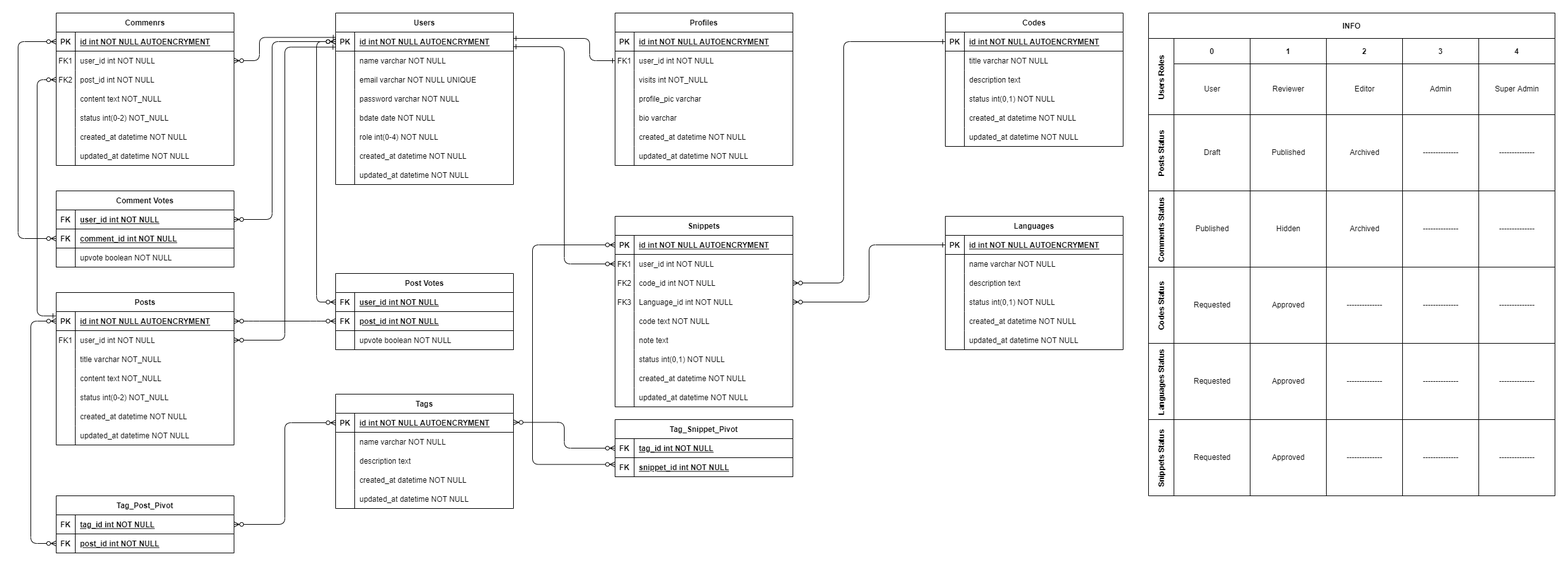
Before: Discussion Files/ERD Diagram/Final ERD.png, a diagram exported from draw.io (Mahmoud217TR/grad-project). Source tidied: cells renumbered, new cells last; positions are measured from the earlier drawing's top-left corner, leaving out a move shared by most shapes.
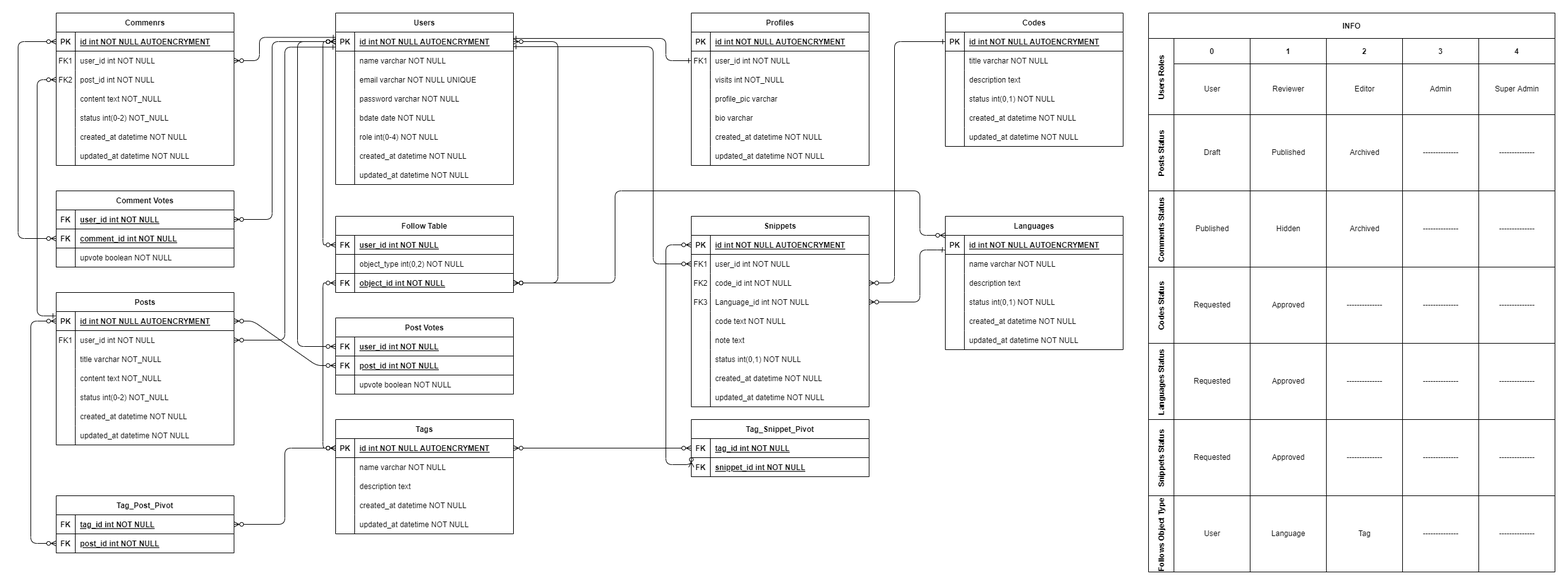
Later version of the same file.

What changed in the source:
```diff
@@ -3,10 +3,15 @@
     <mxCell id="0" />
     <mxCell id="1" parent="0" />
     <mxCell id="2" style="edgeStyle=orthogonalEdgeStyle;endArrow=ERzeroToMany;startArrow=ERone;endFill=1;startFill=0;exitX=1;exitY=0.765;exitDx=0;exitDy=0;exitPerimeter=0;" parent="1" edge="1" source="51" target="7">
-      <mxGeometry relative="1" as="geometry" />
+      <mxGeometry relative="1" as="geometry">
+        <Array as="points">
+          <mxPoint x="1000" y="53" />
+          <mxPoint x="1000" y="395" />
+        </Array>
+      </mxGeometry>
     </mxCell>
     <mxCell id="3" value="Snippets" style="shape=table;startSize=30;rowLines=0;fontStyle=1;align=center;" parent="1" vertex="1">
-      <mxGeometry x="940" y="320" width="280" height="300" as="geometry" />
+      <mxGeometry x="1060" y="320" width="280" height="300" as="geometry" />
     </mxCell>
     <mxCell id="4" style="shape=partialRectangle;fillColor=none;points=[[0,0.5],[1,0.5]];portConstraint=eastwest;top=0;left=0;right=0;bottom=1;" parent="3" vertex="1">
       <mxGeometry y="30" width="280" height="30" as="geometry" />
@@ -224,8 +229,8 @@
     <mxCell id="75" style="edgeStyle=orthogonalEdgeStyle;endArrow=ERone;startArrow=ERzeroToMany;endFill=0;startFill=0;exitX=1;exitY=0.5;exitDx=0;exitDy=0;entryX=0;entryY=0.5;entryDx=0;entryDy=0;" parent="1" edge="1" source="10" target="32">
       <mxGeometry relative="1" as="geometry">
         <Array as="points">
-          <mxPoint x="1300" y="425" />
-          <mxPoint x="1300" y="45" />
+          <mxPoint x="1380" y="425" />
+          <mxPoint x="1380" y="45" />
         </Array>
       </mxGeometry>
     </mxCell>
@@ -286,11 +291,17 @@
     <mxCell id="94" value="updated_at datetime NOT NULL" style="shape=partialRectangle;overflow=hidden;fillColor=none;top=0;left=0;bottom=0;right=0;align=left;spacingLeft=6;" parent="92" vertex="1">
       <mxGeometry x="30" width="250" height="30" as="geometry" />
     </mxCell>
-    <mxCell id="95" style="edgeStyle=orthogonalEdgeStyle;endArrow=ERone;startArrow=ERzeroToMany;endFill=0;startFill=0;entryX=0;entryY=0.5;entryDx=0;entryDy=0;exitX=1;exitY=0.5;exitDx=0;exitDy=0;" parent="1" edge="1" source="13" target="77">
-      <mxGeometry relative="1" as="geometry" />
+    <mxCell id="95" style="edgeStyle=orthogonalEdgeStyle;endArrow=ERone;startArrow=ERzeroToMany;endFill=0;startFill=0;entryX=-0.003;entryY=0.775;entryDx=0;entryDy=0;exitX=1;exitY=0.5;exitDx=0;exitDy=0;entryPerimeter=0;" parent="1" edge="1" source="13" target="77">
+      <mxGeometry relative="1" as="geometry">
+        <Array as="points">
+          <mxPoint x="1420" y="455" />
+          <mxPoint x="1420" y="373" />
+          <mxPoint x="1457" y="373" />
+        </Array>
+      </mxGeometry>
     </mxCell>
     <mxCell id="96" value="Profiles" style="shape=table;startSize=30;rowLines=0;fontStyle=1;align=center;" parent="1" vertex="1">
-      <mxGeometry x="940" width="280" height="240" as="geometry" />
+      <mxGeometry x="1060" width="280" height="240" as="geometry" />
     </mxCell>
     <mxCell id="97" style="shape=partialRectangle;fillColor=none;top=0;left=0;right=0;bottom=1;" parent="96" vertex="1">
       <mxGeometry y="30" width="280" height="30" as="geometry" />
@@ -359,7 +370,8 @@
       <mxGeometry relative="1" as="geometry">
         <mxPoint x="780" y="40" as="sourcePoint" />
         <Array as="points">
-          <mxPoint x="900" y="40" />
+          <mxPoint x="1020" y="40" />
+          <mxPoint x="1020" y="75" />
         </Array>
       </mxGeometry>
     </mxCell>
@@ -515,7 +527,7 @@
       </mxGeometry>
     </mxCell>
     <mxCell id="166" value="Tags" style="shape=table;startSize=30;rowLines=0;fontStyle=1;align=center;" parent="1" vertex="1">
-      <mxGeometry x="500" y="600" width="280" height="180" as="geometry" />
+      <mxGeometry x="500" y="640" width="280" height="180" as="geometry" />
     </mxCell>
     <mxCell id="167" style="shape=partialRectangle;fillColor=none;points=[[0,0.5],[1,0.5]];portConstraint=eastwest;top=0;left=0;right=0;bottom=1;" parent="166" vertex="1">
       <mxGeometry y="30" width="280" height="30" as="geometry" />
@@ -563,7 +575,7 @@
       <mxGeometry x="30" width="250" height="30" as="geometry" />
     </mxCell>
     <mxCell id="182" value="INFO" style="shape=table;startSize=40;fontStyle=1;fontFamily=Helvetica;fontSize=12;fontColor=default;strokeColor=default;fillColor=none;" parent="1" vertex="1">
-      <mxGeometry x="1780" width="640" height="760" as="geometry" />
+      <mxGeometry x="1780" width="640" height="880" as="geometry" />
     </mxCell>
     <mxCell id="183" value="Users Roles" style="shape=tableRow;horizontal=0;startSize=40;swimlaneHead=0;swimlaneBody=0;top=0;left=0;bottom=0;right=0;fillColor=none;fontStyle=1;fontFamily=Helvetica;fontSize=12;fontColor=default;strokeColor=default;" parent="182" vertex="1">
       <mxGeometry y="40" width="640" height="120" as="geometry" />
@@ -763,6 +775,39 @@
     <mxCell id="248" style="swimlane;swimlaneHead=0;swimlaneBody=0;fontStyle=0;fillColor=none;startSize=0;fontStyle=1;fontFamily=Helvetica;fontSize=12;fontColor=default;strokeColor=default;" parent="238" vertex="1">
       <mxGeometry x="520" width="120" height="120" as="geometry" />
     </mxCell>
+    <mxCell id="291" value="Follows Object Type" style="shape=tableRow;horizontal=0;startSize=40;swimlaneHead=0;swimlaneBody=0;top=0;left=0;bottom=0;right=0;fillColor=none;fontStyle=1;fontFamily=Helvetica;fontSize=12;fontColor=default;strokeColor=default;" parent="182" vertex="1">
+      <mxGeometry y="760" width="640" height="120" as="geometry" />
+    </mxCell>
+    <mxCell id="292" style="swimlane;swimlaneHead=0;swimlaneBody=0;fontStyle=0;fillColor=none;startSize=0;fontStyle=1;fontFamily=Helvetica;fontSize=12;fontColor=default;strokeColor=default;" parent="291" vertex="1">
+      <mxGeometry x="40" width="120" height="120" as="geometry" />
+    </mxCell>
+    <mxCell id="293" style="swimlane;swimlaneHead=0;swimlaneBody=0;fontStyle=0;fillColor=none;startSize=0;fontStyle=1;fontFamily=Helvetica;fontSize=12;fontColor=default;strokeColor=default;" parent="291" vertex="1">
+      <mxGeometry x="160" width="120" height="120" as="geometry" />
+    </mxCell>
+    <mxCell id="294" value="User" style="text;html=1;align=center;verticalAlign=middle;strokeColor=none;fillColor=none;fontSize=12;fontFamily=Helvetica;fontColor=default;" parent="293" vertex="1">
+      <mxGeometry x="-80" y="50" width="40" height="20" as="geometry" />
+    </mxCell>
+    <mxCell id="295" value="Language" style="text;html=1;align=center;verticalAlign=middle;strokeColor=none;fillColor=none;fontSize=12;fontFamily=Helvetica;fontColor=default;" parent="293" vertex="1">
+      <mxGeometry x="25" y="50" width="70" height="20" as="geometry" />
+    </mxCell>
+    <mxCell id="296" value="Tag" style="text;html=1;align=center;verticalAlign=middle;strokeColor=none;fillColor=none;fontSize=12;fontFamily=Helvetica;fontColor=default;" parent="293" vertex="1">
+      <mxGeometry x="165" y="50" width="30" height="20" as="geometry" />
+    </mxCell>
+    <mxCell id="297" value="--------------" style="text;html=1;align=center;verticalAlign=middle;strokeColor=none;fillColor=none;fontSize=12;fontFamily=Helvetica;fontColor=default;" parent="293" vertex="1">
+      <mxGeometry x="265" y="50" width="70" height="20" as="geometry" />
+    </mxCell>
+    <mxCell id="298" value="--------------" style="text;html=1;align=center;verticalAlign=middle;strokeColor=none;fillColor=none;fontSize=12;fontFamily=Helvetica;fontColor=default;" parent="293" vertex="1">
+      <mxGeometry x="385" y="50" width="70" height="20" as="geometry" />
+    </mxCell>
+    <mxCell id="299" style="swimlane;swimlaneHead=0;swimlaneBody=0;fontStyle=0;fillColor=none;startSize=0;fontStyle=1;fontFamily=Helvetica;fontSize=12;fontColor=default;strokeColor=default;" parent="291" vertex="1">
+      <mxGeometry x="280" width="120" height="120" as="geometry" />
+    </mxCell>
+    <mxCell id="300" style="swimlane;swimlaneHead=0;swimlaneBody=0;fontStyle=0;fillColor=none;startSize=0;fontStyle=1;fontFamily=Helvetica;fontSize=12;fontColor=default;strokeColor=default;" parent="291" vertex="1">
+      <mxGeometry x="400" width="120" height="120" as="geometry" />
+    </mxCell>
+    <mxCell id="301" style="swimlane;swimlaneHead=0;swimlaneBody=0;fontStyle=0;fillColor=none;startSize=0;fontStyle=1;fontFamily=Helvetica;fontSize=12;fontColor=default;strokeColor=default;" parent="291" vertex="1">
+      <mxGeometry x="520" width="120" height="120" as="geometry" />
+    </mxCell>
     <mxCell id="249" value="Tag_Post_Pivot" style="shape=table;startSize=30;rowLines=0;fontStyle=1;align=center;" parent="1" vertex="1">
       <mxGeometry x="60" y="760" width="280" height="90" as="geometry" />
     </mxCell>
@@ -796,7 +841,7 @@
       </mxGeometry>
     </mxCell>
     <mxCell id="258" value="Tag_Snippet_Pivot" style="shape=table;startSize=30;rowLines=0;fontStyle=1;align=center;" parent="1" vertex="1">
-      <mxGeometry x="940" y="640" width="280" height="90" as="geometry" />
+      <mxGeometry x="1060" y="640" width="280" height="90" as="geometry" />
     </mxCell>
     <mxCell id="259" style="shape=partialRectangle;fillColor=none;points=[[0,0.5],[1,0.5]];portConstraint=eastwest;top=0;left=0;right=0;bottom=1;" parent="258" vertex="1">
       <mxGeometry y="30" width="280" height="30" as="geometry" />
@@ -816,26 +861,20 @@
     <mxCell id="264" value="snippet_id int NOT NULL" style="shape=partialRectangle;overflow=hidden;fillColor=none;top=0;left=0;bottom=0;right=0;align=left;spacingLeft=6;fontStyle=5;" parent="262" vertex="1">
       <mxGeometry x="30" width="250" height="30" as="geometry" />
     </mxCell>
-    <mxCell id="265" style="edgeStyle=orthogonalEdgeStyle;rounded=1;jettySize=auto;html=1;entryX=1;entryY=0.5;entryDx=0;entryDy=0;startArrow=ERzeroToMany;startFill=0;endArrow=ERzeroToMany;endFill=0;exitX=0;exitY=0.5;exitDx=0;exitDy=0;" parent="1" edge="1" source="259">
-      <mxGeometry relative="1" as="geometry">
-        <mxPoint x="780" y="644.4" as="targetPoint" />
-        <Array as="points">
-          <mxPoint x="860" y="685" />
-          <mxPoint x="860" y="644" />
-        </Array>
-      </mxGeometry>
+    <mxCell id="265" style="rounded=1;jettySize=auto;html=1;entryX=1;entryY=0.5;entryDx=0;entryDy=0;startArrow=ERzeroToMany;startFill=0;endArrow=ERzeroToMany;endFill=0;exitX=0;exitY=0.5;exitDx=0;exitDy=0;" parent="1" edge="1" source="259" target="167">
+      <mxGeometry relative="1" as="geometry" />
     </mxCell>
-    <mxCell id="266" style="edgeStyle=orthogonalEdgeStyle;rounded=1;jettySize=auto;html=1;entryX=0;entryY=0.5;entryDx=0;entryDy=0;startArrow=ERzeroToMany;startFill=0;endArrow=ERzeroToMany;endFill=0;exitX=0;exitY=0.5;exitDx=0;exitDy=0;" parent="1" edge="1" target="4">
+    <mxCell id="266" style="edgeStyle=orthogonalEdgeStyle;rounded=1;jettySize=auto;html=1;entryX=0;entryY=0.5;entryDx=0;entryDy=0;startArrow=ERzeroToMany;startFill=0;endArrow=ERzeroToMany;endFill=0;exitX=0;exitY=0.5;exitDx=0;exitDy=0;" parent="1" edge="1" source="262" target="4">
       <mxGeometry relative="1" as="geometry">
-        <mxPoint x="940" y="710.6" as="sourcePoint" />
         <Array as="points">
-          <mxPoint x="810" y="711" />
-          <mxPoint x="810" y="365" />
+          <mxPoint x="1060" y="711" />
+          <mxPoint x="1020" y="711" />
+          <mxPoint x="1020" y="365" />
         </Array>
       </mxGeometry>
     </mxCell>
     <mxCell id="267" value="Post Votes" style="shape=table;startSize=30;rowLines=0;fontStyle=1;align=center;" parent="1" vertex="1">
-      <mxGeometry x="500" y="410" width="280" height="120" as="geometry" />
+      <mxGeometry x="500" y="480" width="280" height="120" as="geometry" />
     </mxCell>
     <mxCell id="268" style="shape=partialRectangle;fillColor=none;points=[[0,0.5],[1,0.5]];portConstraint=eastwest;top=0;left=0;right=0;bottom=1;" parent="267" vertex="1">
       <mxGeometry y="30" width="280" height="30" as="geometry" />
@@ -867,11 +906,11 @@
     <mxCell id="277" style="edgeStyle=entityRelationEdgeStyle;rounded=1;jettySize=auto;html=1;exitX=0;exitY=0.5;exitDx=0;exitDy=0;entryX=1;entryY=0.5;entryDx=0;entryDy=0;startArrow=ERzeroToMany;startFill=0;endArrow=ERzeroToMany;endFill=0;" parent="1" edge="1" source="271" target="120">
       <mxGeometry relative="1" as="geometry" />
     </mxCell>
-    <mxCell id="278" style="edgeStyle=orthogonalEdgeStyle;rounded=1;jettySize=auto;html=1;exitX=0;exitY=0.5;exitDx=0;exitDy=0;entryX=0;entryY=0.5;entryDx=0;entryDy=0;startArrow=ERzeroToMany;startFill=0;endArrow=ERzeroToMany;endFill=0;" parent="1" edge="1" source="268" target="51">
+    <mxCell id="278" style="rounded=1;jettySize=auto;html=1;exitX=0;exitY=0.5;exitDx=0;exitDy=0;entryX=0;entryY=0.5;entryDx=0;entryDy=0;startArrow=ERzeroToMany;startFill=0;endArrow=ERzeroToMany;endFill=0;edgeStyle=orthogonalEdgeStyle;" parent="1" edge="1" source="268" target="51">
       <mxGeometry relative="1" as="geometry">
         <Array as="points">
-          <mxPoint x="470" y="455" />
-          <mxPoint x="470" y="45" />
+          <mxPoint x="440" y="525" />
+          <mxPoint x="440" y="45" />
         </Array>
       </mxGeometry>
     </mxCell>
@@ -921,5 +960,59 @@
         </Array>
       </mxGeometry>
     </mxCell>
+    <mxCell id="302" value="Follow Table" style="shape=table;startSize=30;rowLines=0;fontStyle=1;align=center;" parent="1" vertex="1">
+      <mxGeometry x="500" y="320" width="280" height="120" as="geometry" />
+    </mxCell>
+    <mxCell id="303" style="shape=partialRectangle;fillColor=none;points=[[0,0.5],[1,0.5]];portConstraint=eastwest;top=0;left=0;right=0;bottom=1;" parent="302" vertex="1">
+      <mxGeometry y="30" width="280" height="30" as="geometry" />
+    </mxCell>
+    <mxCell id="304" value="FK" style="shape=partialRectangle;overflow=hidden;fillColor=none;top=0;left=0;bottom=0;right=0;fontStyle=1;" parent="303" vertex="1">
+      <mxGeometry width="30" height="30" as="geometry" />
+    </mxCell>
+    <mxCell id="305" value="user_id int NOT NULL" style="shape=partialRectangle;overflow=hidden;fillColor=none;top=0;left=0;bottom=0;right=0;align=left;spacingLeft=6;fontStyle=5;" parent="303" vertex="1">
+      <mxGeometry x="30" width="250" height="30" as="geometry" />
+    </mxCell>
+    <mxCell id="306" style="shape=partialRectangle;fillColor=none;top=0;left=0;right=0;bottom=1;" parent="302" vertex="1">
+      <mxGeometry y="60" width="280" height="30" as="geometry" />
+    </mxCell>
+    <mxCell id="307" style="shape=partialRectangle;overflow=hidden;fillColor=none;top=0;left=0;bottom=0;right=0;fontStyle=1;" parent="306" vertex="1">
+      <mxGeometry width="30" height="30" as="geometry" />
+    </mxCell>
+    <mxCell id="308" value="object_type int(0,2) NOT NULL" style="shape=partialRectangle;overflow=hidden;fillColor=none;top=0;left=0;bottom=0;right=0;align=left;spacingLeft=6;fontStyle=0;" parent="306" vertex="1">
+      <mxGeometry x="30" width="250" height="30" as="geometry" />
+    </mxCell>
+    <mxCell id="309" style="shape=partialRectangle;fillColor=none;points=[[0,0.5],[1,0.5]];portConstraint=eastwest;top=0;left=0;right=0;bottom=1;" parent="302" vertex="1">
+      <mxGeometry y="90" width="280" height="30" as="geometry" />
+    </mxCell>
+    <mxCell id="310" value="FK" style="shape=partialRectangle;overflow=hidden;fillColor=none;top=0;left=0;bottom=0;right=0;fontStyle=1;" parent="309" vertex="1">
+      <mxGeometry width="30" height="30" as="geometry" />
+    </mxCell>
+    <mxCell id="311" value="object_id int NOT NULL" style="shape=partialRectangle;overflow=hidden;fillColor=none;top=0;left=0;bottom=0;right=0;align=left;spacingLeft=6;fontStyle=5;" parent="309" vertex="1">
+      <mxGeometry x="30" width="250" height="30" as="geometry" />
+    </mxCell>
+    <mxCell id="312" style="edgeStyle=orthogonalEdgeStyle;rounded=1;jettySize=auto;html=1;exitX=0;exitY=0.5;exitDx=0;exitDy=0;entryX=0;entryY=0.5;entryDx=0;entryDy=0;endArrow=ERzeroToMany;endFill=0;startArrow=ERzeroToMany;startFill=0;" parent="1" edge="1" source="303" target="51">
+      <mxGeometry relative="1" as="geometry" />
+    </mxCell>
+    <mxCell id="313" style="edgeStyle=orthogonalEdgeStyle;rounded=1;jettySize=auto;html=1;entryX=0;entryY=0.5;entryDx=0;entryDy=0;startArrow=ERzeroToMany;startFill=0;endArrow=ERzeroToMany;endFill=0;" parent="1" edge="1" source="309" target="167">
+      <mxGeometry relative="1" as="geometry" />
+    </mxCell>
+    <mxCell id="314" style="edgeStyle=orthogonalEdgeStyle;rounded=1;jettySize=auto;html=1;entryX=1;entryY=0.5;entryDx=0;entryDy=0;startArrow=ERzeroToMany;startFill=0;endArrow=ERzeroToMany;endFill=0;" parent="1" edge="1" source="309" target="51">
+      <mxGeometry relative="1" as="geometry">
+        <Array as="points">
+          <mxPoint x="850" y="425" />
+          <mxPoint x="850" y="45" />
+        </Array>
+      </mxGeometry>
+    </mxCell>
+    <mxCell id="315" style="edgeStyle=orthogonalEdgeStyle;rounded=1;jettySize=auto;html=1;exitX=1;exitY=0.5;exitDx=0;exitDy=0;startArrow=ERzeroToMany;startFill=0;endArrow=ERzeroToMany;endFill=0;" parent="1" edge="1" source="309" target="77">
+      <mxGeometry relative="1" as="geometry">
+        <Array as="points">
+          <mxPoint x="940" y="425" />
+          <mxPoint x="940" y="280" />
+          <mxPoint x="1420" y="280" />
+          <mxPoint x="1420" y="350" />
+        </Array>
+      </mxGeometry>
+    </mxCell>
   </root>
 </mxGraphModel>
```
